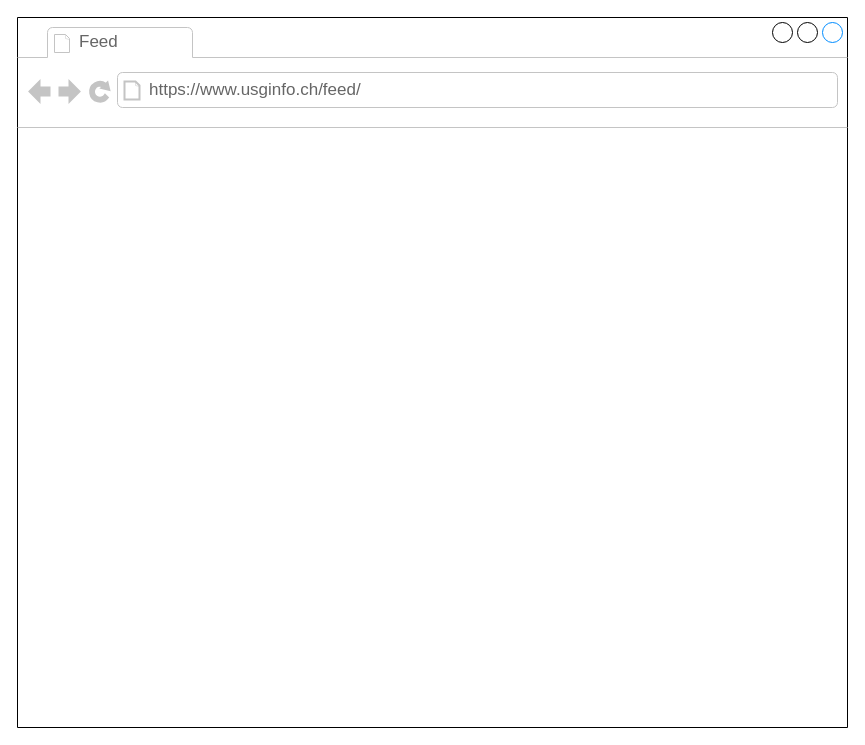
Above: page "Feed" (2 of 6) of doc/mockups/Lo-Fi_USG.drawio in mnaray/USG_Website (draw.io), before the change. Source tidied: cells renumbered, new cells numbered last; positions are measured from the earlier drawing's top-left corner, leaving out a move shared by most shapes. Both pictures are drawn from the tidied source at 100%, with x=0, y=0 at pixel (17, 17).
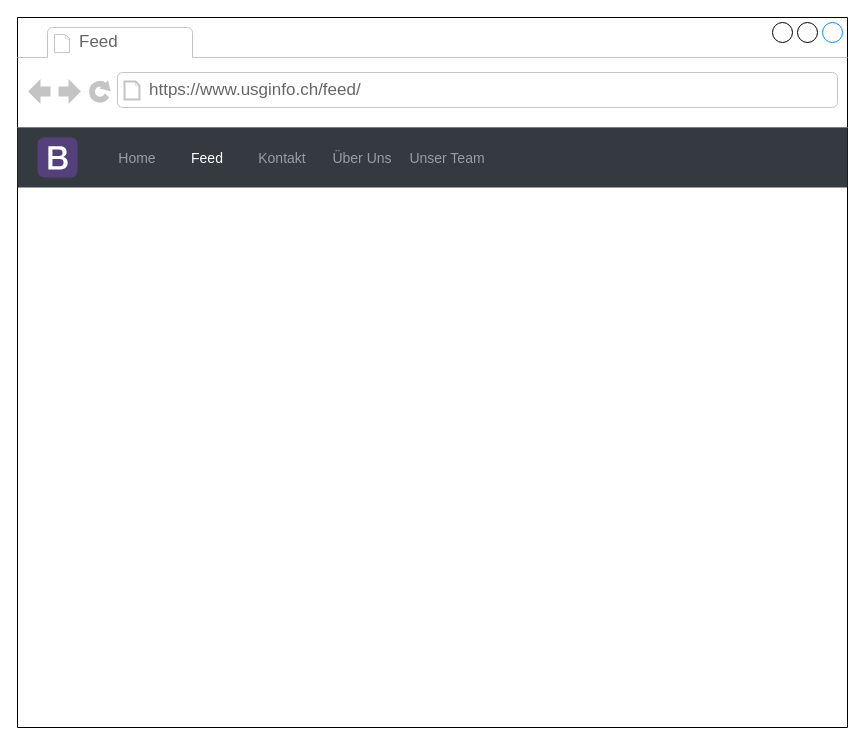
The same page after the edit.

Change to the diagram source:
```diff
@@
 <mxGraphModel>
   <root>
     <mxCell id="0" />
     <mxCell id="1" parent="0" />
     <mxCell id="2" style="strokeWidth=1;shadow=0;dashed=0;align=center;html=1;shape=mxgraph.mockup.containers.browserWindow;rSize=0;strokeColor2=#008cff;strokeColor3=#c4c4c4;mainText=,;" parent="1" vertex="1">
       <mxGeometry width="830" height="710" as="geometry" />
     </mxCell>
     <mxCell id="3" value="Feed" style="strokeWidth=1;shadow=0;dashed=0;align=center;html=1;shape=mxgraph.mockup.containers.anchor;fontSize=17;fontColor=#666666;align=left;" parent="2" vertex="1">
       <mxGeometry x="60" y="12" width="110" height="26" as="geometry" />
     </mxCell>
     <mxCell id="4" value="https://www.usginfo.ch/feed/" style="strokeWidth=1;shadow=0;dashed=0;align=center;html=1;shape=mxgraph.mockup.containers.anchor;rSize=0;fontSize=17;fontColor=#666666;align=left;" parent="2" vertex="1">
       <mxGeometry x="130" y="60" width="250" height="26" as="geometry" />
     </mxCell>
+    <mxCell id="5" style="html=1;shadow=0;dashed=0;fillColor=#343A40;strokeColor=none;fontSize=16;fontColor=#ffffff;align=left;spacing=15;" parent="2" vertex="1">
+      <mxGeometry y="110" width="830" height="60" as="geometry" />
+    </mxCell>
+    <mxCell id="6" value="Home" style="fillColor=none;strokeColor=none;fontSize=14;fontColor=#9A9DA0;align=center;" parent="5" vertex="1">
+      <mxGeometry width="70" height="40" relative="1" as="geometry">
+        <mxPoint x="85" y="10" as="offset" />
+      </mxGeometry>
+    </mxCell>
+    <mxCell id="7" value="Feed" style="fillColor=none;strokeColor=none;fontSize=14;fontColor=#FFFFFF;align=center;" parent="5" vertex="1">
+      <mxGeometry width="70" height="40" relative="1" as="geometry">
+        <mxPoint x="155" y="10" as="offset" />
+      </mxGeometry>
+    </mxCell>
+    <mxCell id="8" value="Kontakt" style="fillColor=none;strokeColor=none;fontSize=14;fontColor=#9A9DA0;align=center;spacingRight=0;" parent="5" vertex="1">
+      <mxGeometry width="80" height="40" relative="1" as="geometry">
+        <mxPoint x="225" y="10" as="offset" />
+      </mxGeometry>
+    </mxCell>
+    <mxCell id="9" value="Über Uns" style="fillColor=none;strokeColor=none;fontSize=14;fontColor=#9A9DA0;align=center;" parent="5" vertex="1">
+      <mxGeometry width="80" height="40" relative="1" as="geometry">
+        <mxPoint x="305" y="10" as="offset" />
+      </mxGeometry>
+    </mxCell>
+    <mxCell id="10" value="Unser Team" style="fillColor=none;strokeColor=none;fontSize=14;fontColor=#9A9DA0;align=center;" parent="5" vertex="1">
+      <mxGeometry width="90" height="40" relative="1" as="geometry">
+        <mxPoint x="385" y="10" as="offset" />
+      </mxGeometry>
+    </mxCell>
+    <mxCell id="11" style="html=1;shadow=0;dashed=0;shape=mxgraph.bootstrap.logo;fillColor=#54407A;strokeColor=none;sketch=0;" parent="5" vertex="1">
+      <mxGeometry width="40" height="40" relative="1" as="geometry">
+        <mxPoint x="20" y="10" as="offset" />
+      </mxGeometry>
+    </mxCell>
   </root>
 </mxGraphModel>
```
